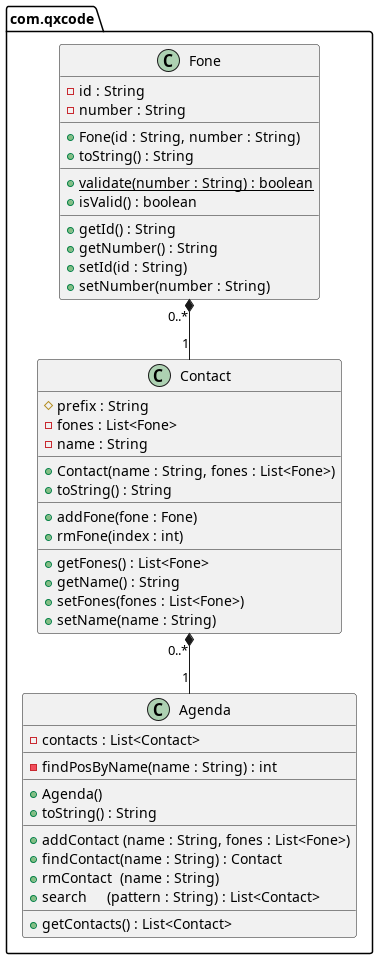
Above: base/015/diagrama.png in qxcodepoo/arcade (PlantUML), before the change.
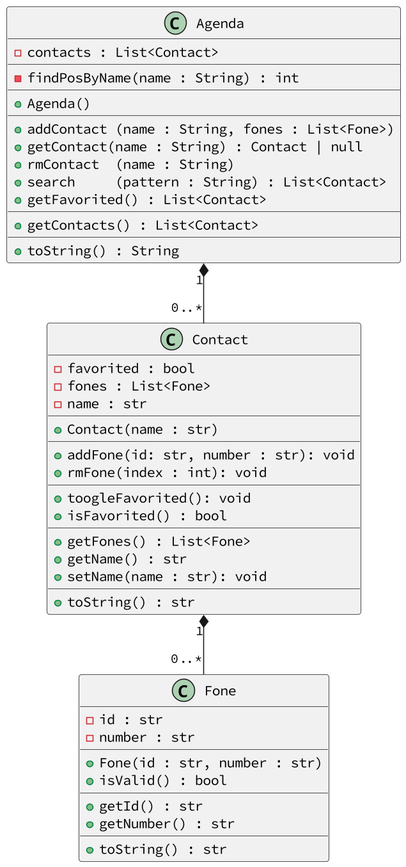
After the commit.

Change to the diagram source:
```diff
@@ -1,52 +1,54 @@
 @startuml
-package com.qxcode {
-    class Fone {
-    - id : String
-    - number : String
-    __
-    + Fone(id : String, number : String)
-    + toString() : String
-    __
-    + validate(number : String) : boolean {static}
-    + isValid() : boolean
-    __
-    + getId() : String
-    + getNumber() : String
-    + setId(id : String)
-    + setNumber(number : String)
-  }
-  class Contact {
-    # prefix : String
-    - fones : List<Fone>
-    - name : String
-    __
-    + Contact(name : String, fones : List<Fone>)
-    + toString() : String
-    __
-    + addFone(fone : Fone)
-    + rmFone(index : int)
-    __
-    + getFones() : List<Fone>
-    + getName() : String
-    + setFones(fones : List<Fone>)
-    + setName(name : String)
-  }
-  class Agenda {
-    - contacts : List<Contact>
-    __
-    - findPosByName(name : String) : int
-    __
-    + Agenda()
-    + toString() : String
-    __
-    + addContact (name : String, fones : List<Fone>)
-    + findContact(name : String) : Contact
-    + rmContact  (name : String)
-    + search     (pattern : String) : List<Contact>
-    __
-    + getContacts() : List<Contact>
-  }
+skinparam defaultFontName Hasklig
+skinparam dpi 150
+class Fone {
+  - id : str
+  - number : str
+  __
+  + Fone(id : str, number : str)
+  + isValid() : bool
+  __
+  + getId() : str
+  + getNumber() : str
+  __
+  + toString() : str
 }
-Fone "0..*" *-- "1" Contact
-Contact "0..*" *-- "1" Agenda
+class Contact {
+  - favorited : bool
+  - fones : List<Fone>
+  - name : str
+  __
+  + Contact(name : str)
+  __
+  + addFone(id: str, number : str): void
+  + rmFone(index : int): void
+  __
+  + toogleFavorited(): void
+  + isFavorited() : bool
+  __
+  + getFones() : List<Fone>
+  + getName() : str
+  + setName(name : str): void
+  __
+  + toString() : str
+}
+class Agenda {
+  - contacts : List<Contact>
+  __
+  - findPosByName(name : String) : int
+  __
+  + Agenda()
+  __
+  + addContact (name : String, fones : List<Fone>)
+  + getContact(name : String) : Contact | null
+  + rmContact  (name : String)
+  + search     (pattern : String) : List<Contact>
+  + getFavorited() : List<Contact>
+  __
+  + getContacts() : List<Contact>
+  __
+  + toString() : String
+}
+Contact "1" *--  "0..*" Fone
+Agenda  "1" *--  "0..*" Contact
 @enduml
```
